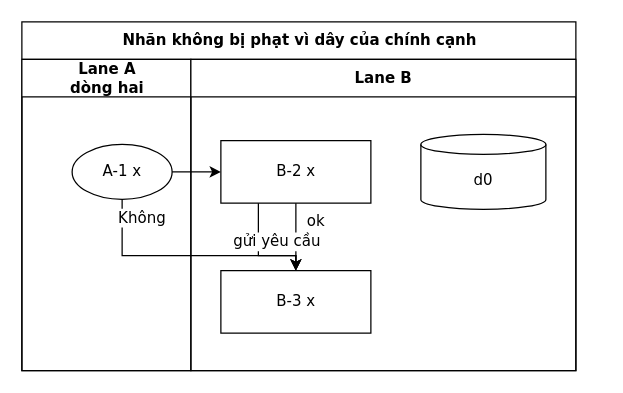
Before: conformance/golden/optimize/cases-54-label-own-wire.drawio in luytbq/flowcast, a draw.io diagram. Source tidied: cells renumbered, new cells numbered last; positions are measured from the earlier drawing's top-left corner, leaving out a move shared by most shapes. Both pictures are drawn from the tidied source at 125%, with x=0, y=0 at pixel (21, 21).
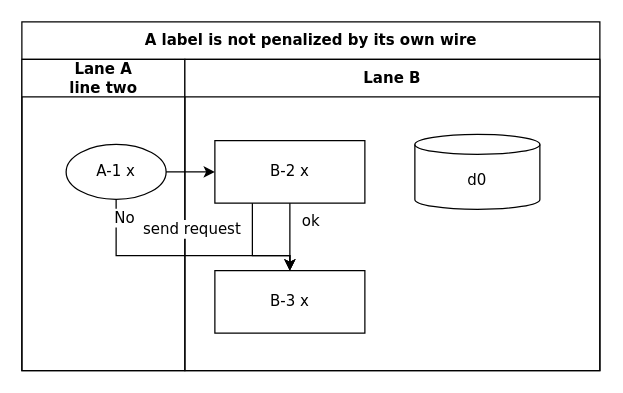
Above is the later version.

What changed in the source:
```diff
@@
 <mxGraphModel>
   <root>
     <mxCell id="0" />
     <mxCell id="1" parent="0" />
-    <mxCell id="2" value="Nhãn không bị phạt vì dây của chính cạnh" style="swimlane;html=1;startSize=30;fontStyle=1;fontFamily=Verdana;fontSize=12;flowtable=1;" parent="1" vertex="1">
-      <mxGeometry width="443.2" height="279" as="geometry" />
+    <mxCell id="2" value="A label is not penalized by its own wire" style="swimlane;html=1;startSize=30;fontStyle=1;fontFamily=Verdana;fontSize=12;flowtable=1;" parent="1" vertex="1">
+      <mxGeometry width="462.4" height="279" as="geometry" />
     </mxCell>
-    <mxCell id="3" value="Lane A&lt;br&gt;dòng hai" style="swimlane;html=1;startSize=30;fontFamily=Verdana;fontSize=12;flowtable=1;" parent="2" vertex="1">
-      <mxGeometry y="30" width="135.2" height="249" as="geometry" />
+    <mxCell id="3" value="Lane A&lt;br&gt;line two" style="swimlane;html=1;startSize=30;fontFamily=Verdana;fontSize=12;flowtable=1;" parent="2" vertex="1">
+      <mxGeometry y="30" width="130.4" height="249" as="geometry" />
     </mxCell>
     <mxCell id="4" value="Lane B" style="swimlane;html=1;startSize=30;fontFamily=Verdana;fontSize=12;flowtable=1;" parent="2" vertex="1">
-      <mxGeometry x="135.2" y="30" width="308" height="249" as="geometry" />
+      <mxGeometry x="130.4" y="30" width="332" height="249" as="geometry" />
     </mxCell>
     <mxCell id="5" value="A-1 x" style="ellipse;html=1;fontFamily=Verdana;fontSize=12;flowtable=1;" parent="3" vertex="1">
-      <mxGeometry x="40.2" y="68" width="80" height="44" as="geometry" />
+      <mxGeometry x="35.4" y="68" width="80" height="44" as="geometry" />
     </mxCell>
     <mxCell id="6" value="B-2 x" style="rounded=0;html=1;fontFamily=Verdana;fontSize=12;flowtable=1;" parent="4" vertex="1">
       <mxGeometry x="24" y="65" width="120" height="50" as="geometry" />
     </mxCell>
     <mxCell id="7" value="d0" style="shape=cylinder3;html=1;boundedLbl=1;backgroundOutline=1;size=8;fontFamily=Verdana;fontSize=12;flowtable=1;" parent="4" vertex="1">
       <mxGeometry x="184" y="60" width="100" height="60" as="geometry" />
     </mxCell>
     <mxCell id="8" value="B-3 x" style="rounded=0;html=1;fontFamily=Verdana;fontSize=12;flowtable=1;" parent="4" vertex="1">
       <mxGeometry x="24" y="169" width="120" height="50" as="geometry" />
     </mxCell>
     <mxCell id="9" style="edgeStyle=orthogonalEdgeStyle;rounded=0;jettySize=auto;html=1;labelBackgroundColor=default;exitX=1;exitY=0.5;exitDx=0;exitDy=0;entryX=0;entryY=0.5;entryDx=0;entryDy=0;fontFamily=Verdana;fontSize=12;flowtable=1;" parent="2" edge="1" source="5" target="6">
       <mxGeometry relative="1" as="geometry" />
     </mxCell>
-    <mxCell id="10" value="Không" style="edgeStyle=orthogonalEdgeStyle;rounded=0;jettySize=auto;html=1;labelBackgroundColor=default;exitX=0.5;exitY=1;exitDx=0;exitDy=0;entryX=0.5;entryY=0;entryDx=0;entryDy=0;fontFamily=Verdana;fontSize=12;flowtable=1;" parent="2" edge="1" source="5" target="8">
+    <mxCell id="10" value="No" style="edgeStyle=orthogonalEdgeStyle;rounded=0;jettySize=auto;html=1;labelBackgroundColor=default;exitX=0.5;exitY=1;exitDx=0;exitDy=0;entryX=0.5;entryY=0;entryDx=0;entryDy=0;fontFamily=Verdana;fontSize=12;flowtable=1;" parent="2" edge="1" source="5" target="8">
       <mxGeometry x="-0.85" relative="1" as="geometry">
         <Array as="points">
-          <mxPoint x="80.2" y="187" />
-          <mxPoint x="219.2" y="187" />
+          <mxPoint x="75.4" y="187" />
+          <mxPoint x="214.4" y="187" />
         </Array>
-        <mxPoint x="15.5" as="offset" />
+        <mxPoint x="6.9" as="offset" />
       </mxGeometry>
     </mxCell>
     <mxCell id="11" value="ok" style="edgeStyle=orthogonalEdgeStyle;rounded=0;jettySize=auto;html=1;labelBackgroundColor=default;exitX=0.5;exitY=1;exitDx=0;exitDy=0;entryX=0.5;entryY=0;entryDx=0;entryDy=0;fontFamily=Verdana;fontSize=12;flowtable=1;" parent="2" edge="1" source="6" target="8">
       <mxGeometry x="-0.46" relative="1" as="geometry">
         <mxPoint x="16.2" as="offset" />
       </mxGeometry>
     </mxCell>
-    <mxCell id="12" value="gửi yêu cầu" style="edgeStyle=orthogonalEdgeStyle;rounded=0;jettySize=auto;html=1;labelBackgroundColor=default;exitX=0.25;exitY=1;exitDx=0;exitDy=0;entryX=0.5;entryY=0;entryDx=0;entryDy=0;fontFamily=Verdana;fontSize=12;flowtable=1;" parent="2" edge="1" source="6" target="8">
-      <mxGeometry x="0.36" relative="1" as="geometry">
+    <mxCell id="12" value="send request" style="edgeStyle=orthogonalEdgeStyle;rounded=0;jettySize=auto;html=1;labelBackgroundColor=default;exitX=0.25;exitY=1;exitDx=0;exitDy=0;entryX=0.5;entryY=0;entryDx=0;entryDy=0;fontFamily=Verdana;fontSize=12;flowtable=1;" parent="2" edge="1" source="6" target="8">
+      <mxGeometry x="-0.5" relative="1" as="geometry">
         <Array as="points">
-          <mxPoint x="189.2" y="187" />
-          <mxPoint x="219.2" y="187" />
+          <mxPoint x="184.4" y="187" />
+          <mxPoint x="214.4" y="187" />
         </Array>
-        <mxPoint y="-11.5" as="offset" />
+        <mxPoint x="-48.1" as="offset" />
       </mxGeometry>
     </mxCell>
   </root>
 </mxGraphModel>
```
